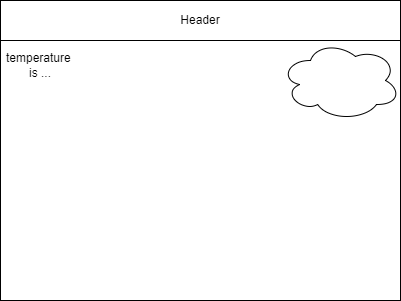
The draw.io diagram design/story-board.png in Ali-Mugamai/ICS20-A6-JS, before a commit. Source tidied: cells renumbered, new cells last; positions are measured from the earlier drawing's top-left corner, leaving out a move shared by most shapes. The source it was exported from:
```xml
<mxGraphModel>
  <root>
    <mxCell id="0" />
    <mxCell id="1" parent="0" />
    <mxCell id="2" style="rounded=0;whiteSpace=wrap;html=1;" parent="1" vertex="1">
      <mxGeometry width="400" height="300" as="geometry" />
    </mxCell>
    <mxCell id="3" value="Header" style="rounded=0;whiteSpace=wrap;html=1;" parent="1" vertex="1">
      <mxGeometry width="400" height="40" as="geometry" />
    </mxCell>
    <mxCell id="4" style="ellipse;shape=cloud;whiteSpace=wrap;html=1;" parent="1" vertex="1">
      <mxGeometry x="280" y="40" width="120" height="80" as="geometry" />
    </mxCell>
    <mxCell id="5" value="temperature&amp;nbsp; is ..." style="text;html=1;strokeColor=none;fillColor=none;align=center;verticalAlign=middle;whiteSpace=wrap;rounded=0;" parent="1" vertex="1">
      <mxGeometry x="10" y="50" width="60" height="30" as="geometry" />
    </mxCell>
  </root>
</mxGraphModel>
```
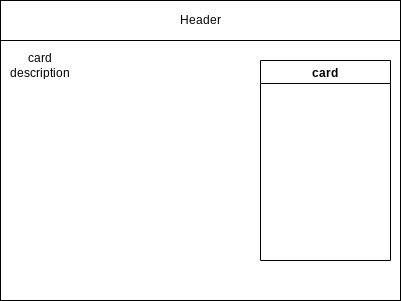
After the commit.

Diff of the diagram source:
```diff
@@ -8,11 +8,11 @@
     <mxCell id="3" value="Header" style="rounded=0;whiteSpace=wrap;html=1;" parent="1" vertex="1">
       <mxGeometry width="400" height="40" as="geometry" />
     </mxCell>
-    <mxCell id="4" style="ellipse;shape=cloud;whiteSpace=wrap;html=1;" parent="1" vertex="1">
-      <mxGeometry x="280" y="40" width="120" height="80" as="geometry" />
-    </mxCell>
-    <mxCell id="5" value="temperature&amp;nbsp; is ..." style="text;html=1;strokeColor=none;fillColor=none;align=center;verticalAlign=middle;whiteSpace=wrap;rounded=0;" parent="1" vertex="1">
+    <mxCell id="5" value="card description" style="text;html=1;strokeColor=none;fillColor=none;align=center;verticalAlign=middle;whiteSpace=wrap;rounded=0;" parent="1" vertex="1">
       <mxGeometry x="10" y="50" width="60" height="30" as="geometry" />
     </mxCell>
+    <mxCell id="6" value="card" style="swimlane;" parent="1" vertex="1">
+      <mxGeometry x="260" y="60" width="130" height="200" as="geometry" />
+    </mxCell>
   </root>
 </mxGraphModel>
```
